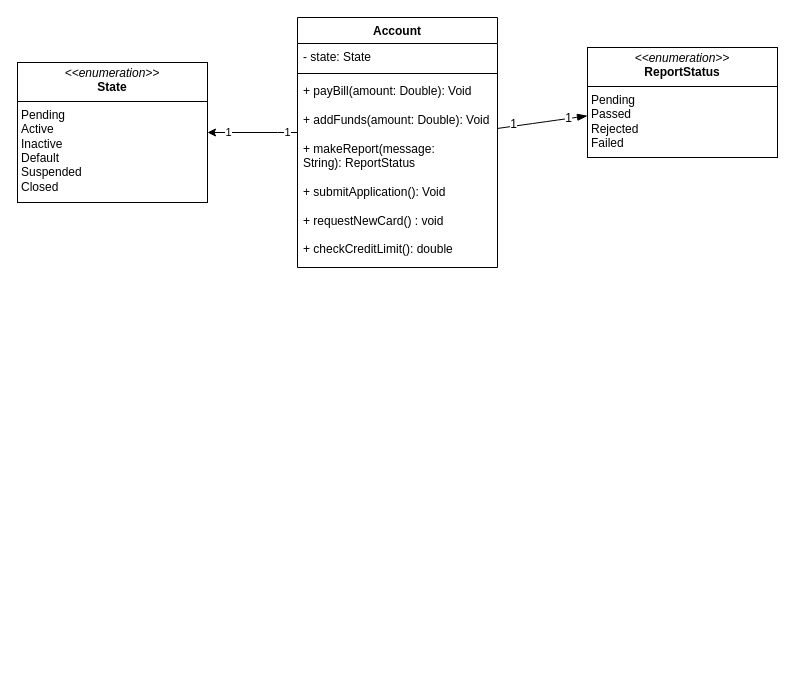
The draw.io diagram page "Page-3" (3 of 3) of workshop6_week7.drawio in antonykimuom/SWEN30006-2025-SM1-workshop1-tuew05-14-00-team-12, before the edit. Source tidied: cells renumbered, new cells numbered last; positions are measured from the earlier drawing's top-left corner, leaving out a move shared by most shapes. Both pictures are drawn from the tidied source at 100%, with x=0, y=0 at pixel (17, 17).
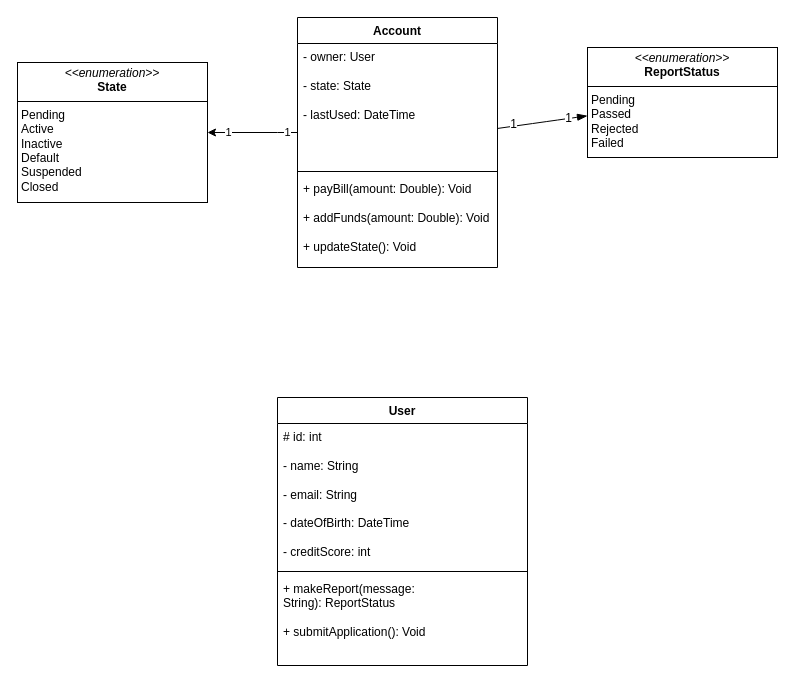
The same page after the edit.

The change refers to these unchanged cells:
```xml
<mxCell id="2" value="Account" style="swimlane;fontStyle=1;align=center;verticalAlign=top;horizontal=1;startSize=26;whiteSpace=wrap;html=1;" parent="1" vertex="1">
  <mxGeometry x="280" width="200" height="250" as="geometry" />
</mxCell>
```

Change to the diagram source:
```diff
@@
-    <mxCell id="3" value="- state: State" style="text;strokeColor=none;fillColor=none;align=left;verticalAlign=top;spacingLeft=4;spacingRight=4;overflow=hidden;whiteSpace=wrap;html=1;" parent="2" vertex="1">
-      <mxGeometry y="26" width="200" height="26" as="geometry" />
+    <mxCell id="3" value="&lt;div&gt;- owner: User&lt;/div&gt;&lt;div&gt;&lt;br&gt;&lt;/div&gt;- state: State&lt;div&gt;&lt;br&gt;&lt;/div&gt;&lt;div&gt;- lastUsed: DateTime&lt;/div&gt;" style="text;strokeColor=none;fillColor=none;align=left;verticalAlign=top;spacingLeft=4;spacingRight=4;overflow=hidden;whiteSpace=wrap;html=1;" parent="2" vertex="1">
+      <mxGeometry y="26" width="200" height="124" as="geometry" />
     </mxCell>
     <mxCell id="4" style="line;strokeWidth=1;fillColor=none;align=left;verticalAlign=middle;spacingTop=-1;spacingLeft=3;spacingRight=3;labelPosition=right;strokeColor=inherit;" parent="2" vertex="1">
-      <mxGeometry y="52" width="200" height="8" as="geometry" />
+      <mxGeometry y="150" width="200" height="8" as="geometry" />
     </mxCell>
-    <mxCell id="5" value="+ payBill(amount: Double): Void&lt;div&gt;&lt;br&gt;&lt;/div&gt;&lt;div&gt;+ addFunds(amount: Double): Void&lt;/div&gt;&lt;div&gt;&lt;br&gt;&lt;/div&gt;&lt;div&gt;+ makeReport(message: String):&amp;nbsp;&lt;span style=&quot;background-color: transparent; color: light-dark(rgb(0, 0, 0), rgb(255, 255, 255)); text-align: center;&quot;&gt;ReportStatus&lt;/span&gt;&lt;/div&gt;&lt;div&gt;&lt;span style=&quot;background-color: transparent; color: light-dark(rgb(0, 0, 0), rgb(255, 255, 255)); text-align: center;&quot;&gt;&lt;br&gt;&lt;/span&gt;&lt;/div&gt;&lt;div&gt;&lt;span style=&quot;background-color: transparent; color: light-dark(rgb(0, 0, 0), rgb(255, 255, 255)); text-align: center;&quot;&gt;+ submitApplication(): Void&lt;/span&gt;&lt;/div&gt;&lt;div&gt;&lt;span style=&quot;background-color: transparent; color: light-dark(rgb(0, 0, 0), rgb(255, 255, 255)); text-align: center;&quot;&gt;&lt;br&gt;&lt;/span&gt;&lt;/div&gt;&lt;div&gt;&lt;span style=&quot;background-color: transparent; color: light-dark(rgb(0, 0, 0), rgb(255, 255, 255)); text-align: center;&quot;&gt;+ requestNewCard() : void&lt;/span&gt;&lt;/div&gt;&lt;div&gt;&lt;span style=&quot;background-color: transparent; color: light-dark(rgb(0, 0, 0), rgb(255, 255, 255)); text-align: center;&quot;&gt;&lt;br&gt;&lt;/span&gt;&lt;/div&gt;&lt;div&gt;&lt;span style=&quot;background-color: transparent; color: light-dark(rgb(0, 0, 0), rgb(255, 255, 255)); text-align: center;&quot;&gt;+ checkCreditLimit(): double&lt;/span&gt;&lt;/div&gt;" style="text;strokeColor=none;fillColor=none;align=left;verticalAlign=top;spacingLeft=4;spacingRight=4;overflow=hidden;whiteSpace=wrap;html=1;" parent="2" vertex="1">
-      <mxGeometry y="60" width="200" height="190" as="geometry" />
+    <mxCell id="5" value="+ payBill(amount: Double): Void&lt;div&gt;&lt;br&gt;&lt;/div&gt;&lt;div&gt;+ addFunds(amount: Double): Void&lt;/div&gt;&lt;div&gt;&lt;br&gt;&lt;/div&gt;&lt;div&gt;+ updateState(): Void&lt;/div&gt;" style="text;strokeColor=none;fillColor=none;align=left;verticalAlign=top;spacingLeft=4;spacingRight=4;overflow=hidden;whiteSpace=wrap;html=1;" parent="2" vertex="1">
+      <mxGeometry y="158" width="200" height="92" as="geometry" />
     </mxCell>
@@
+    <mxCell id="14" value="User" style="swimlane;fontStyle=1;align=center;verticalAlign=top;horizontal=1;startSize=26;whiteSpace=wrap;html=1;" parent="1" vertex="1">
+      <mxGeometry x="260" y="380" width="250" height="268" as="geometry" />
+    </mxCell>
+    <mxCell id="15" value="# id: int&lt;div&gt;&lt;br&gt;&lt;/div&gt;&lt;div&gt;- name: String&lt;/div&gt;&lt;div&gt;&lt;br&gt;&lt;/div&gt;&lt;div&gt;- email: String&lt;/div&gt;&lt;div&gt;&lt;br&gt;&lt;/div&gt;&lt;div&gt;- dateOfBirth: DateTime&lt;/div&gt;&lt;div&gt;&lt;br&gt;&lt;/div&gt;&lt;div&gt;- creditScore: int&lt;/div&gt;" style="text;strokeColor=none;fillColor=none;align=left;verticalAlign=top;spacingLeft=4;spacingRight=4;overflow=hidden;whiteSpace=wrap;html=1;" parent="14" vertex="1">
+      <mxGeometry y="26" width="250" height="144" as="geometry" />
+    </mxCell>
+    <mxCell id="16" style="line;strokeWidth=1;fillColor=none;align=left;verticalAlign=middle;spacingTop=-1;spacingLeft=3;spacingRight=3;labelPosition=right;strokeColor=inherit;" parent="14" vertex="1">
+      <mxGeometry y="170" width="250" height="8" as="geometry" />
+    </mxCell>
+    <mxCell id="17" value="&lt;div&gt;+ makeReport(message: String):&amp;nbsp;&lt;span style=&quot;background-color: transparent; color: light-dark(rgb(0, 0, 0), rgb(255, 255, 255)); text-align: center;&quot;&gt;ReportStatus&lt;/span&gt;&lt;/div&gt;&lt;div&gt;&lt;span style=&quot;background-color: transparent; color: light-dark(rgb(0, 0, 0), rgb(255, 255, 255)); text-align: center;&quot;&gt;&lt;br&gt;&lt;/span&gt;&lt;/div&gt;&lt;div&gt;&lt;span style=&quot;background-color: transparent; color: light-dark(rgb(0, 0, 0), rgb(255, 255, 255)); text-align: center;&quot;&gt;+ submitApplication(): Void&lt;/span&gt;&lt;/div&gt;" style="text;strokeColor=none;fillColor=none;align=left;verticalAlign=top;spacingLeft=4;spacingRight=4;overflow=hidden;whiteSpace=wrap;html=1;" parent="14" vertex="1">
+      <mxGeometry y="178" width="250" height="90" as="geometry" />
+    </mxCell>
```
